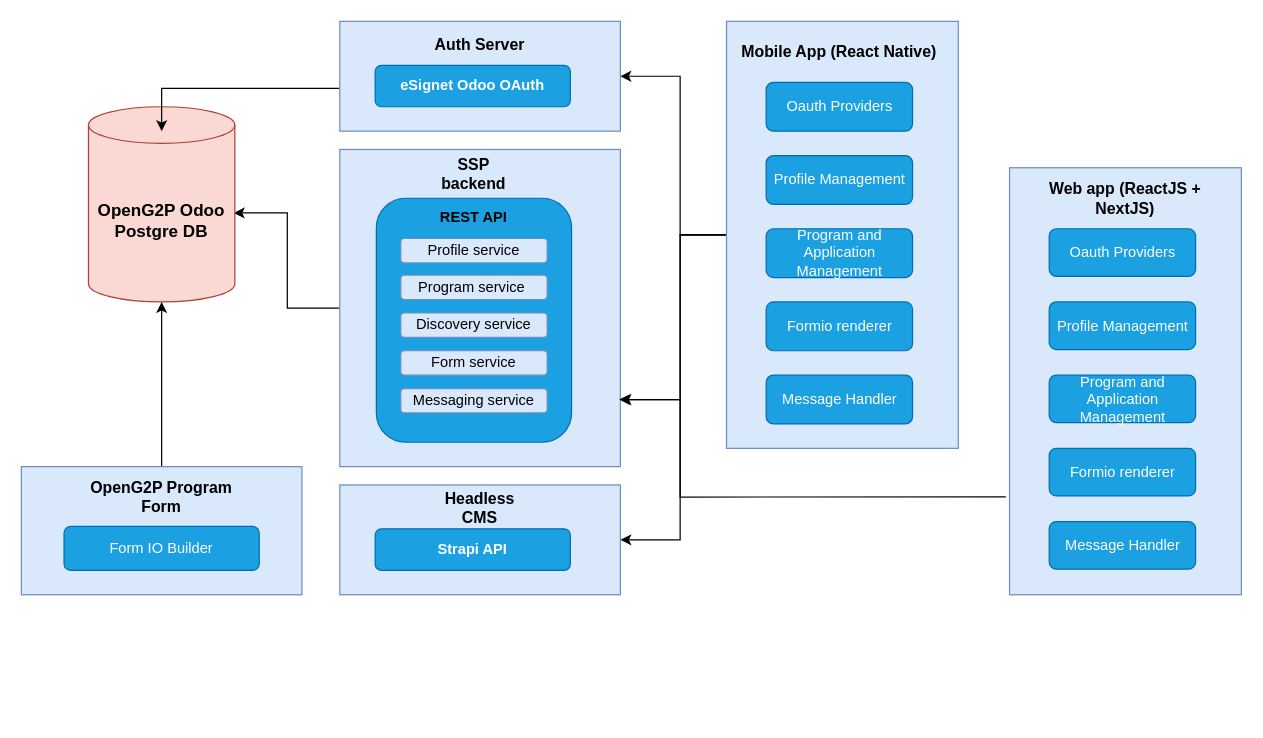
Earlier version of the draw.io diagram .gitbook/assets/self-service-portal.drawio (OpenG2P/openg2p-documentation). Source tidied: cells renumbered, new cells numbered last; positions are measured from the earlier drawing's top-left corner, leaving out a move shared by most shapes. Both pictures are drawn from the tidied source at 122%, with x=0, y=0 at pixel (21, 21).
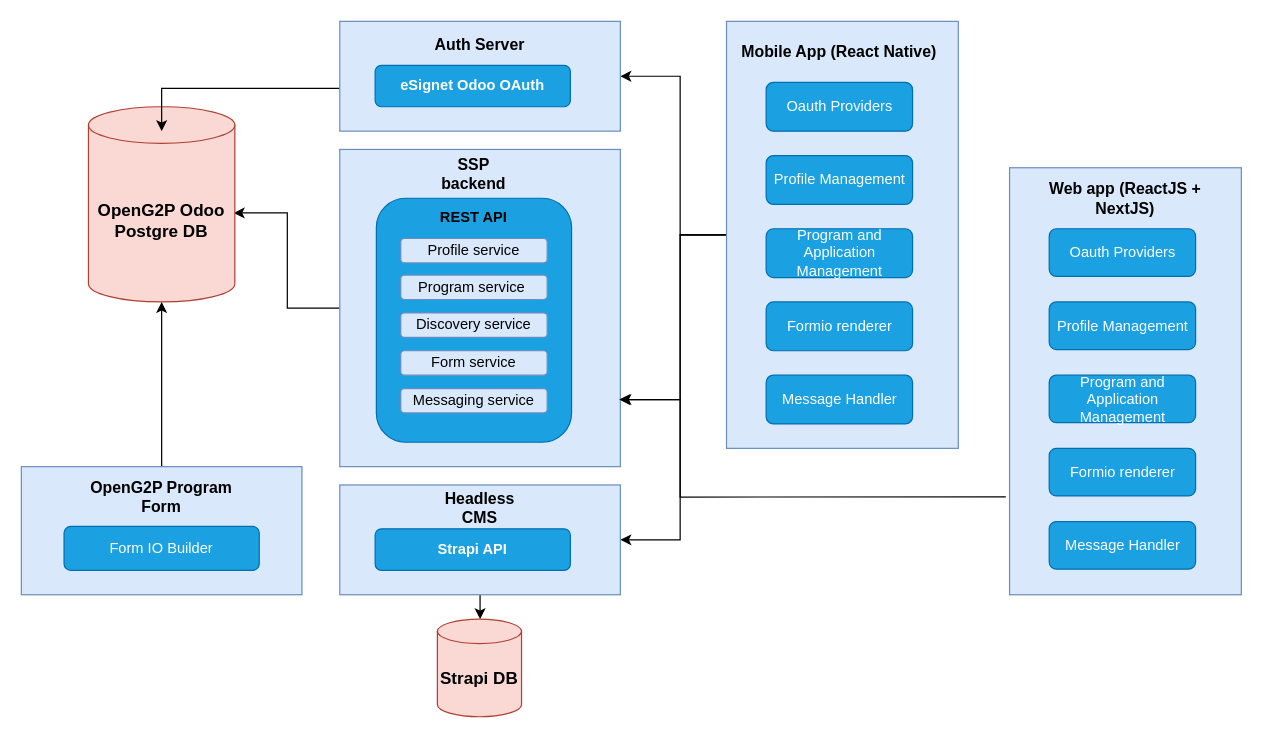
The same page after the edit.

Unchanged cells that the change refers to:
```xml
<mxCell id="39" style="rounded=0;whiteSpace=wrap;html=1;fillColor=#dae8fc;strokeColor=#6c8ebf;" parent="1" vertex="1">
  <mxGeometry x="261" y="380" width="230" height="90" as="geometry" />
</mxCell>
```

Diff of the diagram source:
```diff
@@
+    <mxCell id="42" style="edgeStyle=orthogonalEdgeStyle;rounded=0;jettySize=auto;html=1;" parent="1" edge="1" source="39" target="43">
+      <mxGeometry relative="1" as="geometry" />
+    </mxCell>
@@
+    <mxCell id="43" value="Strapi DB" style="shape=cylinder3;whiteSpace=wrap;html=1;boundedLbl=1;backgroundOutline=1;size=10;fillColor=#fad9d5;strokeColor=#ae4132;fontStyle=1;fontSize=14;" parent="1" vertex="1">
+      <mxGeometry x="341" y="490" width="69" height="80" as="geometry" />
+    </mxCell>
```
